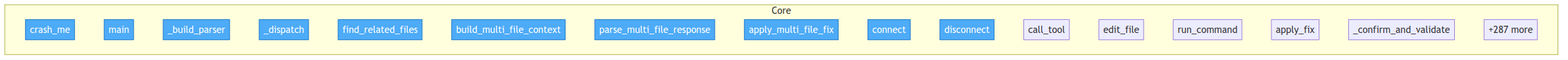
Before: project/flow.png, a diagram exported from Mermaid (semcod/pfix). Its source is kept beside it as project/flow.mmd.
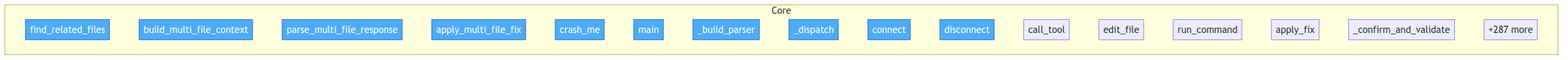
The same diagram one commit later.

The edit, as a diff of the source:
```diff
@@ -3,14 +3,14 @@
     classDef entry fill:#4dabf7,stroke:#1971c2,color:#fff
 
     subgraph Core
+        src__pfix__multi_fix__find_related_files["find_related_files"]
+        src__pfix__multi_fix__build_multi_file_context["build_multi_file_context"]
+        src__pfix__multi_fix__parse_multi_file_response["parse_multi_file_response"]
+        src__pfix__multi_fix__apply_multi_file_fix["apply_multi_file_fix"]
         verify_runtime__crash_me["crash_me"]
         src__pfix__cli__main["main"]
         src__pfix__cli___build_parser["_build_parser"]
         src__pfix__cli___dispatch["_dispatch"]
-        src__pfix__multi_fix__find_related_files["find_related_files"]
-        src__pfix__multi_fix__build_multi_file_context["build_multi_file_context"]
-        src__pfix__multi_fix__parse_multi_file_response["parse_multi_file_response"]
-        src__pfix__multi_fix__apply_multi_file_fix["apply_multi_file_fix"]
         src__pfix__mcp_client__MCPClient__connect["connect"]
         src__pfix__mcp_client__MCPClient__disconnect["disconnect"]
         src__pfix__mcp_client__MCPClient__call_tool["call_tool"]
@@ -21,4 +21,4 @@
         ...["+287 more"]
     end
 
-    class verify_runtime__crash_me,src__pfix__cli__main,src__pfix__cli___build_parser,src__pfix__cli___dispatch,src__pfix__multi_fix__find_related_files,src__pfix__multi_fix__build_multi_file_context,src__pfix__multi_fix__parse_multi_file_response,src__pfix__multi_fix__apply_multi_file_fix,src__pfix__mcp_client__MCPClient__connect,src__pfix__mcp_client__MCPClient__disconnect entry
+    class src__pfix__multi_fix__find_related_files,src__pfix__multi_fix__build_multi_file_context,src__pfix__multi_fix__parse_multi_file_response,src__pfix__multi_fix__apply_multi_file_fix,verify_runtime__crash_me,src__pfix__cli__main,src__pfix__cli___build_parser,src__pfix__cli___dispatch,src__pfix__mcp_client__MCPClient__connect,src__pfix__mcp_client__MCPClient__disconnect entry
```
